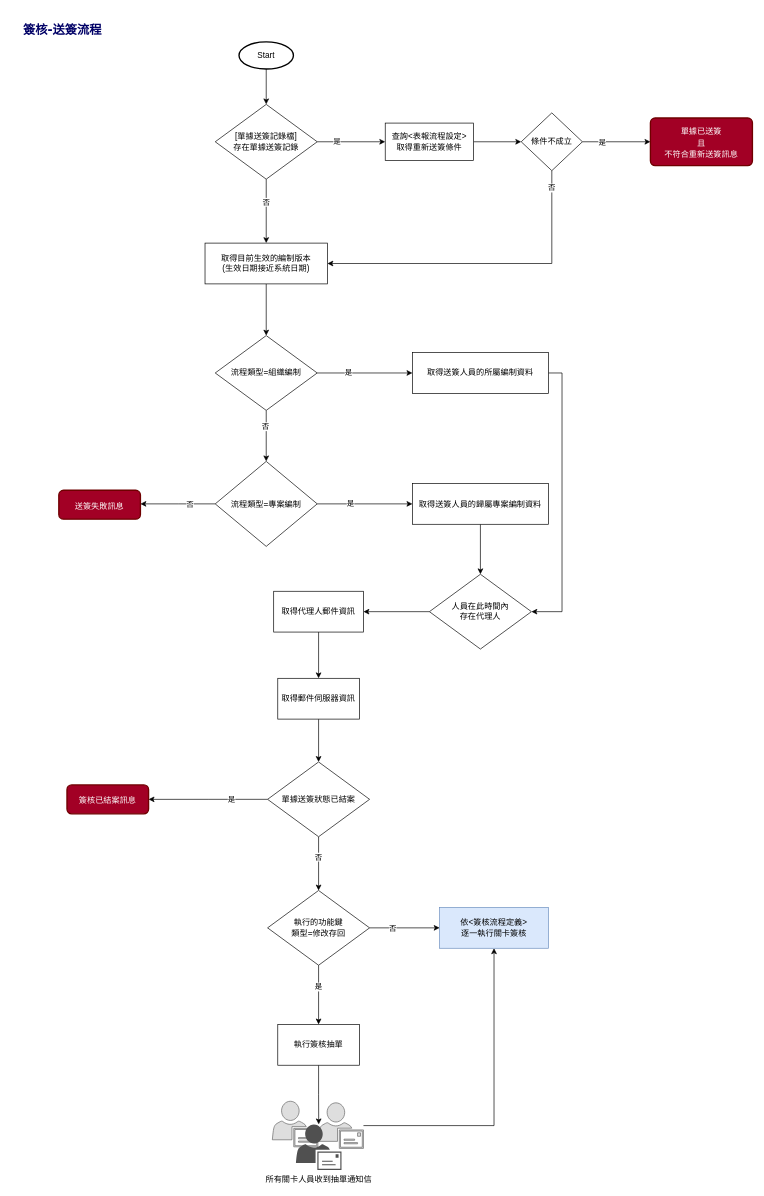
Before: page "送簽流程" (2 of 4) of 8.10.2/RTE/SYSTEM/SIGNOFF/attachment/簽核流程.drawio in ArcareRD/sadocs, a draw.io diagram. Source tidied: cells renumbered, new cells numbered last; positions are measured from the earlier drawing's top-left corner, leaving out a move shared by most shapes. Both pictures are drawn from the tidied source at 68%, with x=0, y=0 at pixel (12, 12).
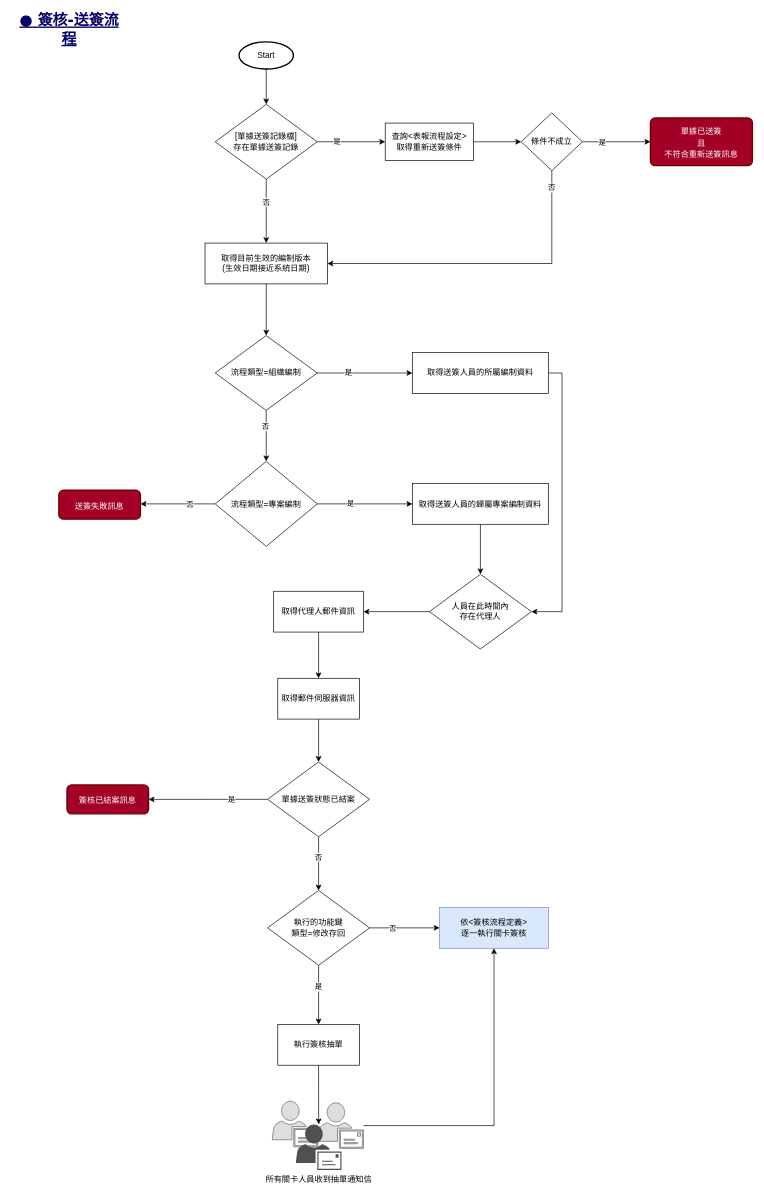
The same page after the edit.

The edit, as a diff of the source:
```diff
@@
-    <mxCell id="48" value="簽核-送簽流程" style="rounded=0;whiteSpace=wrap;html=1;strokeColor=none;fillColor=none;fontStyle=1;fontFamily=Verdana;fontSize=18;fontColor=#000066;dashed=1;strokeWidth=2;" parent="1" vertex="1">
-      <mxGeometry width="149" height="50" as="geometry" />
+    <mxCell id="48" value="● 簽核-送簽流程" style="rounded=0;whiteSpace=wrap;html=1;strokeColor=none;fillColor=none;fontStyle=5;fontFamily=Verdana;fontSize=22;fontColor=#000066;dashed=1;strokeWidth=2;" parent="1" vertex="1">
+      <mxGeometry width="169" height="50" as="geometry" />
     </mxCell>
```
